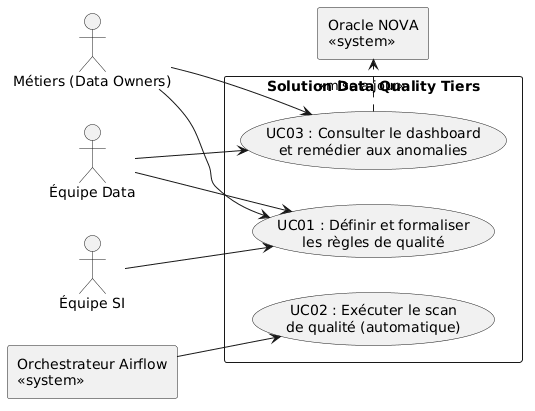
Earlier version of the PlantUML export Rapport_Stage/figures/usecaseGeneral.png (SaadBenth7o/PFE_RAPPORT).
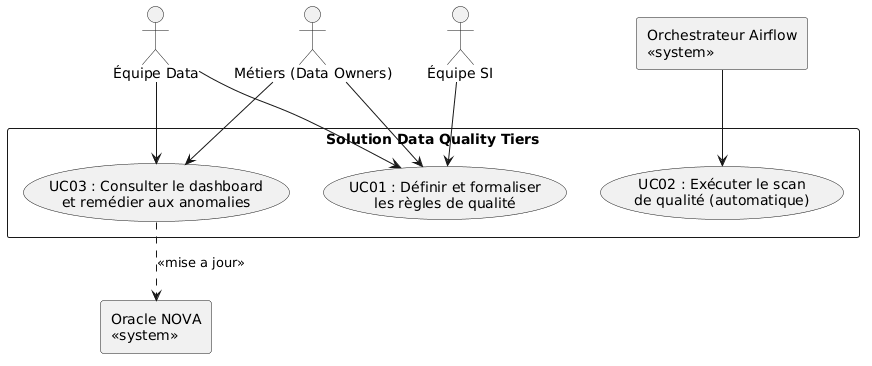
The same diagram one commit later.

The edit, as a diff of the source:
```diff
@@ -1,5 +1,4 @@
 @startuml
-left to right direction
 skinparam packageStyle rectangle
 
 actor "Équipe Data" as Data
@@ -23,6 +22,7 @@
 
 Business --> UC3
 Data --> UC3
-UC3 .> Nova : <<mise a jour>>
+
+UC3 .down.> Nova : <<mise a jour>>
 
 @enduml
```
